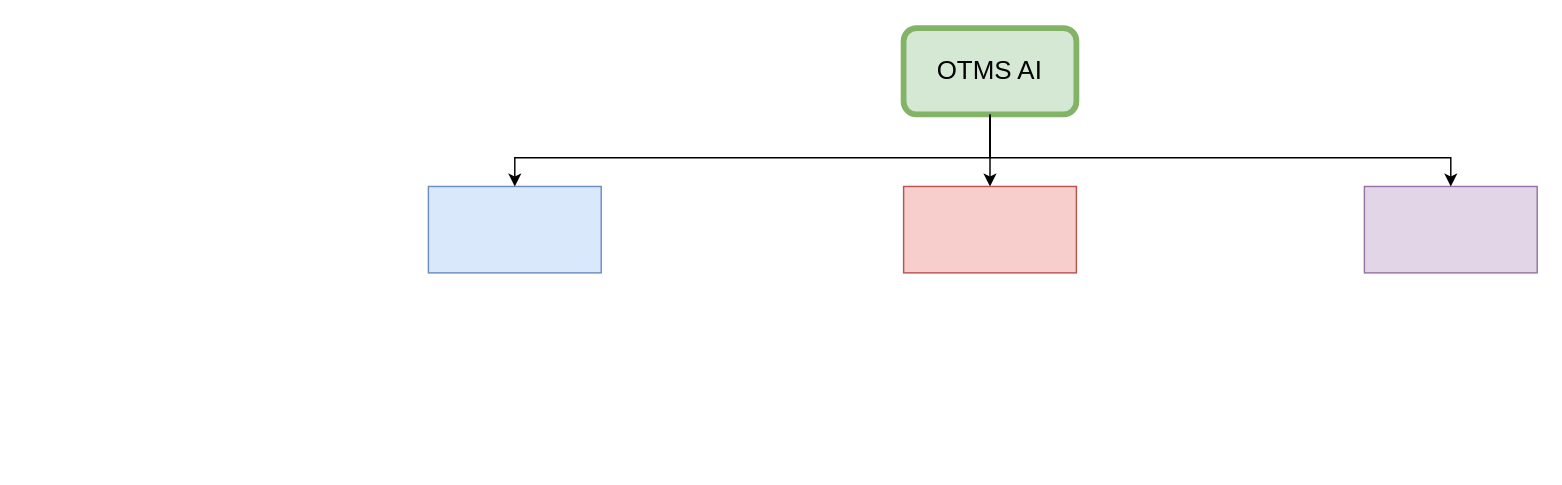
The draw.io diagram OTMS_AI_MODULES.drawio in sergueto/Diagrams_xml_generator, before the edit. Source tidied: cells renumbered, new cells numbered last; positions are measured from the earlier drawing's top-left corner, leaving out a move shared by most shapes. Both pictures are drawn from the tidied source at 144%, with x=0, y=0 at pixel (428, 27).
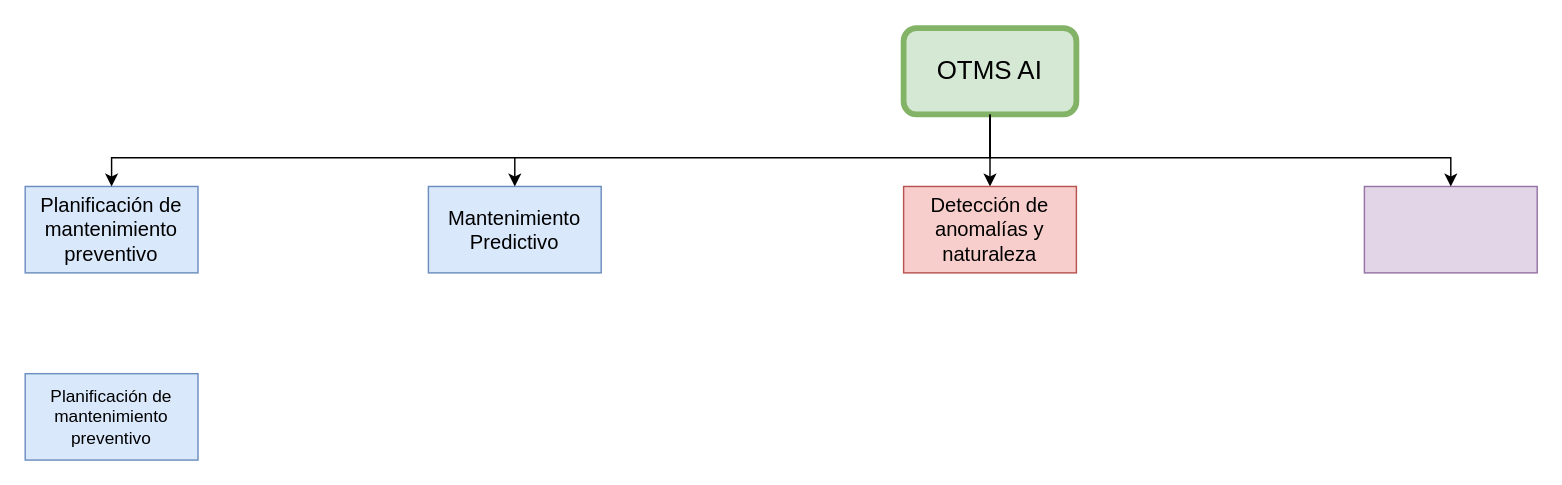
The same diagram, later.

What changed in the source:
```diff
@@
 <mxGraphModel>
   <root>
     <mxCell id="0" />
     <mxCell id="1" parent="0" />
     <mxCell id="2" style="edgeStyle=orthogonalEdgeStyle;rounded=0;jettySize=auto;html=1;" parent="1" edge="1" source="3" target="6">
       <mxGeometry relative="1" as="geometry" />
     </mxCell>
     <mxCell id="3" value="OTMS AI" style="rounded=1;whiteSpace=wrap;html=1;fillColor=#d5e8d4;strokeColor=#82b366;strokeWidth=4;fontSize=18;" parent="1" vertex="1">
       <mxGeometry x="330" width="120" height="60" as="geometry" />
     </mxCell>
-    <mxCell id="4" style="rounded=0;whiteSpace=wrap;html=1;fontSize=14;fillColor=#dae8fc;strokeColor=#6c8ebf;" parent="1" vertex="1">
+    <mxCell id="4" value="Mantenimiento Predictivo" style="rounded=0;whiteSpace=wrap;html=1;fontSize=14;fillColor=#dae8fc;strokeColor=#6c8ebf;" parent="1" vertex="1">
       <mxGeometry y="110" width="120" height="60" as="geometry" />
     </mxCell>
     <mxCell id="5" style="rounded=0;whiteSpace=wrap;html=1;fontSize=14;fillColor=#e1d5e7;strokeColor=#9673a6;" parent="1" vertex="1">
       <mxGeometry x="650" y="110" width="120" height="60" as="geometry" />
     </mxCell>
-    <mxCell id="6" style="rounded=0;whiteSpace=wrap;html=1;fontSize=14;fillColor=#f8cecc;strokeColor=#b85450;" parent="1" vertex="1">
+    <mxCell id="6" value="Detección de anomalías y naturaleza" style="rounded=0;whiteSpace=wrap;html=1;fontSize=14;fillColor=#f8cecc;strokeColor=#b85450;" parent="1" vertex="1">
       <mxGeometry x="330" y="110" width="120" height="60" as="geometry" />
     </mxCell>
     <mxCell id="7" style="endArrow=classic;html=1;rounded=0;exitX=0.5;exitY=1;exitDx=0;exitDy=0;entryX=0.5;entryY=0;entryDx=0;entryDy=0;" parent="1" edge="1" source="3" target="4">
       <mxGeometry relative="1" as="geometry">
         <Array as="points">
           <mxPoint x="390" y="90" />
           <mxPoint x="60" y="90" />
         </Array>
       </mxGeometry>
     </mxCell>
     <mxCell id="8" style="edgeStyle=none;jettySize=auto;html=1;rounded=0;entryX=0.5;entryY=0;entryDx=0;entryDy=0;" parent="1" edge="1" target="5">
       <mxGeometry relative="1" as="geometry">
         <mxPoint x="390" y="60" as="sourcePoint" />
         <Array as="points">
           <mxPoint x="390" y="90" />
           <mxPoint x="710" y="90" />
         </Array>
       </mxGeometry>
     </mxCell>
+    <mxCell id="9" value="Planificación de mantenimiento preventivo" style="rounded=0;whiteSpace=wrap;html=1;fontSize=14;fillColor=#dae8fc;strokeColor=#6c8ebf;" parent="1" vertex="1">
+      <mxGeometry x="-280" y="110" width="120" height="60" as="geometry" />
+    </mxCell>
+    <mxCell id="10" value="Planificación de mantenimiento preventivo" style="rounded=0;whiteSpace=wrap;html=1;fontSize=12;fillColor=#dae8fc;strokeColor=#6c8ebf;" parent="1" vertex="1">
+      <mxGeometry x="-280" y="240" width="120" height="60" as="geometry" />
+    </mxCell>
+    <mxCell id="11" style="edgeStyle=elbowEdgeStyle;jettySize=auto;html=1;rounded=0;elbow=vertical;entryX=0.5;entryY=0;entryDx=0;entryDy=0;" parent="1" edge="1" target="9">
+      <mxGeometry relative="1" as="geometry">
+        <mxPoint x="60" y="90" as="sourcePoint" />
+        <Array as="points">
+          <mxPoint x="-80" y="90" />
+        </Array>
+      </mxGeometry>
+    </mxCell>
   </root>
 </mxGraphModel>
```
